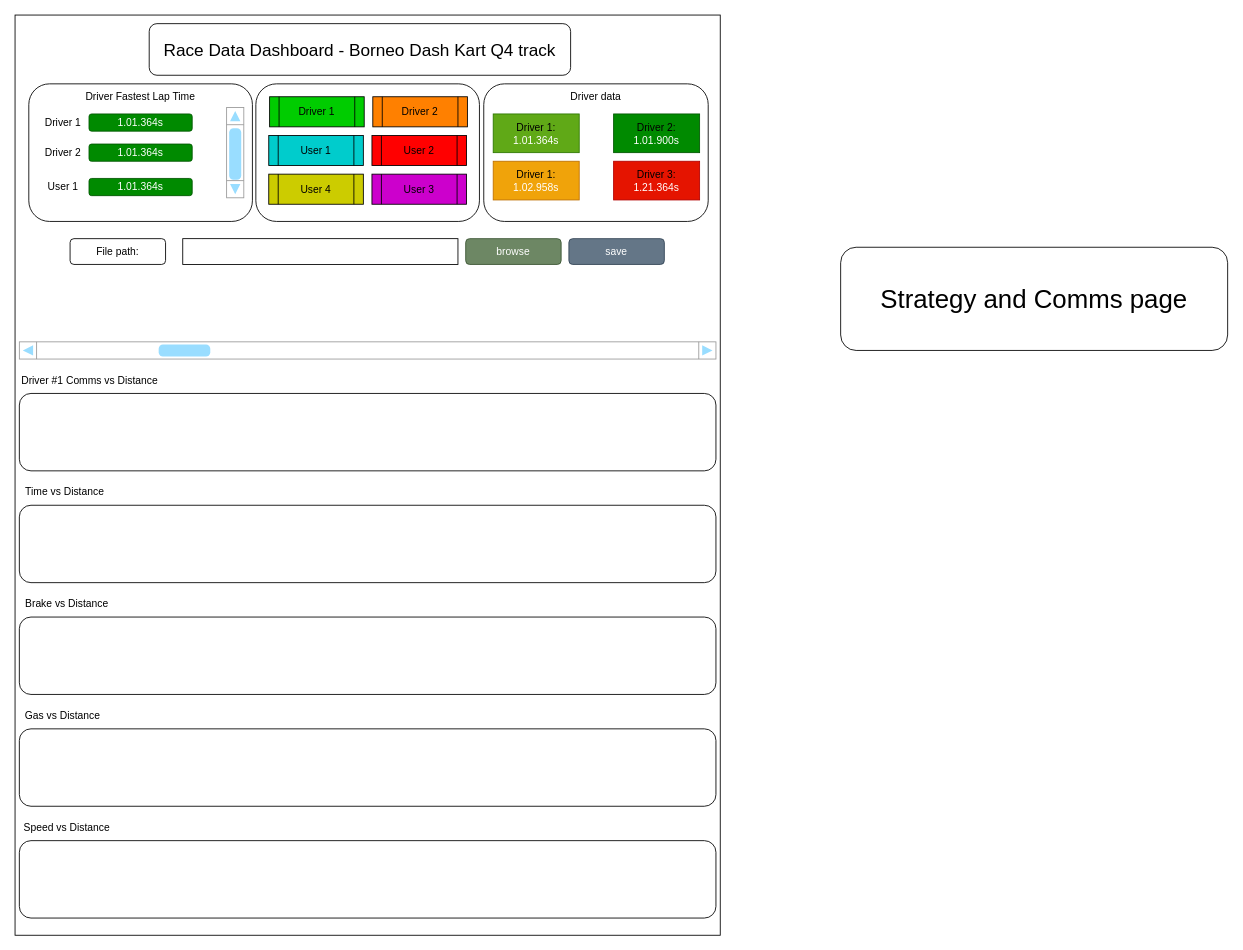
Yobeh-blek/FullSend_Logger keeps this draw.io diagram as page "Strategy and Comms page" (2 of 5) of pictures/WEB View dashboard.drawio. Above is the earlier version. Source tidied: cells renumbered, new cells numbered last; positions are measured from the earlier drawing's top-left corner, leaving out a move shared by most shapes. Both pictures are drawn from the tidied source at 86%, with x=0, y=0 at pixel (15, 15).
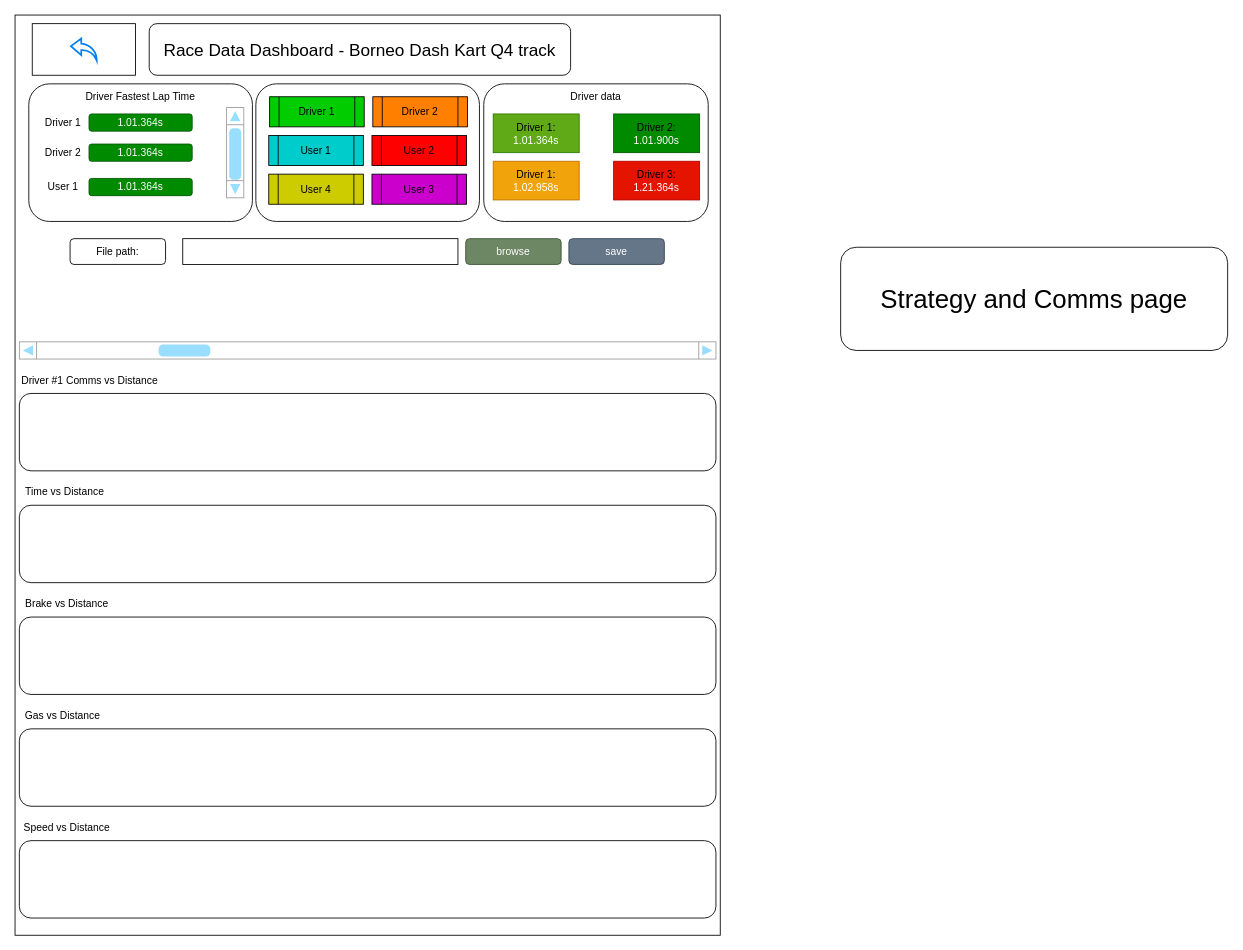
Above is the later version.

Diff of the diagram source:
```diff
@@
+    <mxCell id="46" style="group;" parent="1" vertex="1">
+      <mxGeometry x="20" y="10" width="120" height="60" as="geometry" />
+    </mxCell>
+    <mxCell id="47" style="rounded=0;whiteSpace=wrap;html=1;" parent="46" vertex="1">
+      <mxGeometry width="120" height="60" as="geometry" />
+    </mxCell>
+    <mxCell id="48" style="html=1;verticalLabelPosition=bottom;align=center;labelBackgroundColor=#ffffff;verticalAlign=top;strokeWidth=2;strokeColor=#0080F0;shadow=0;dashed=0;shape=mxgraph.ios7.icons.back;" parent="46" vertex="1">
+      <mxGeometry x="45" y="17.2" width="30" height="25.5" as="geometry" />
+    </mxCell>
```
